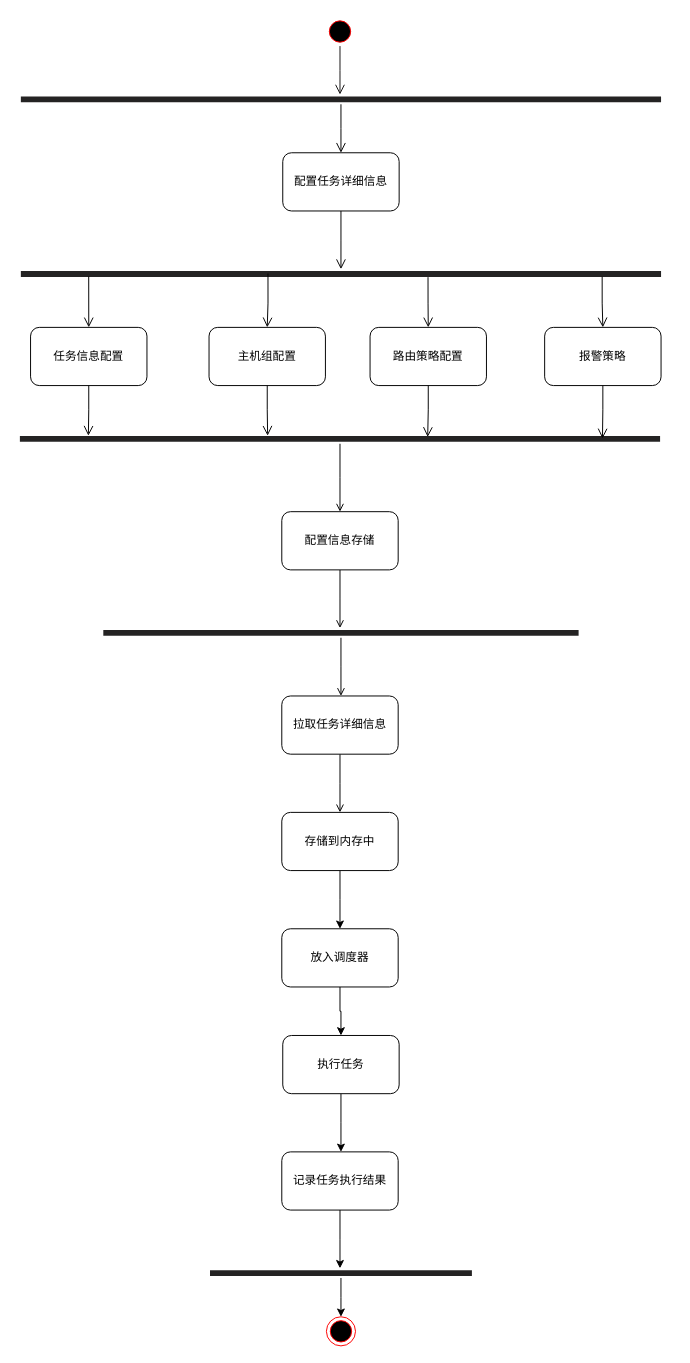
Before: 任务管理模块活动图.drawio in tianshengdiwangK/common, a draw.io diagram. Source tidied: cells renumbered, new cells numbered last; positions are measured from the earlier drawing's top-left corner, leaving out a move shared by most shapes. Both pictures are drawn from the tidied source at 97%, with x=0, y=0 at pixel (19, 16).
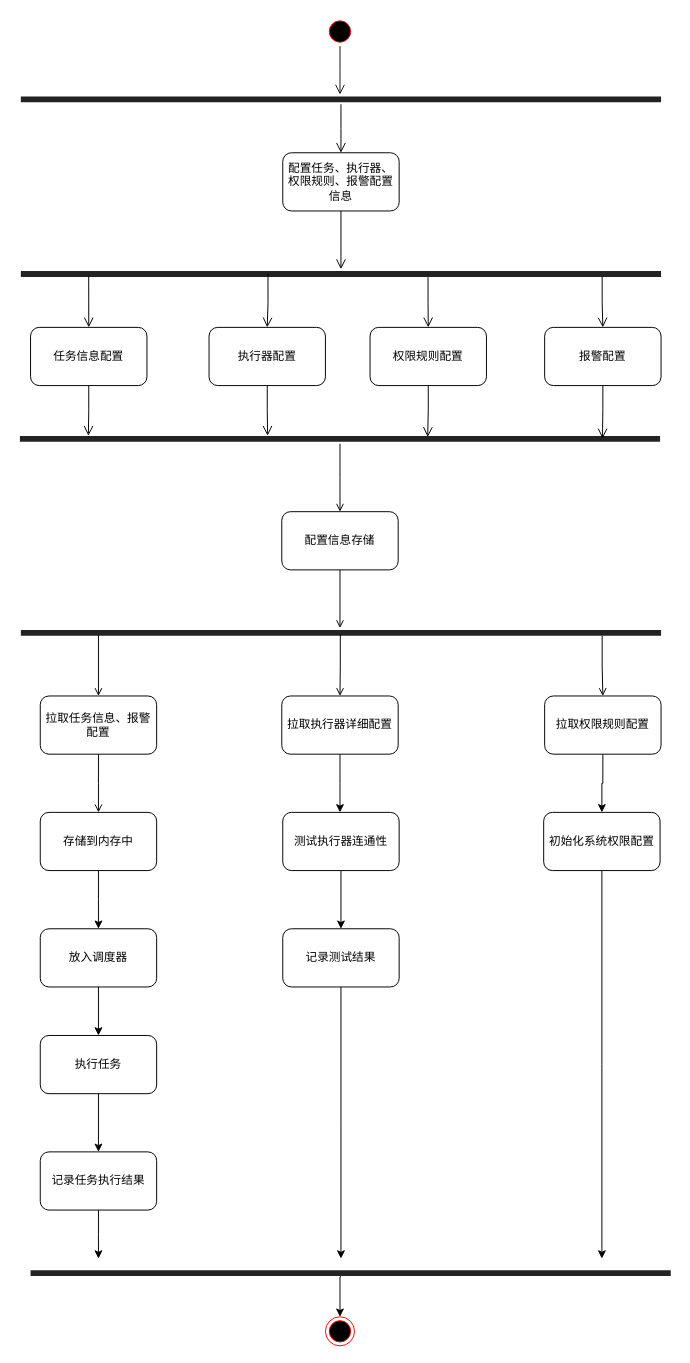
After the change.

Commit message:
更新任务管理模块活动图.drawio

Change to the diagram source:
```diff
@@
-    <mxCell id="6" value="配置任务详细信息" style="rounded=1;whiteSpace=wrap;html=1;" parent="1" vertex="1">
+    <mxCell id="6" value="配置任务、执行器、权限规则、报警配置信息" style="rounded=1;whiteSpace=wrap;html=1;" parent="1" vertex="1">
       <mxGeometry x="271" y="140" width="120" height="60" as="geometry" />
     </mxCell>
@@
-    <mxCell id="11" value="主机组配置" style="rounded=1;whiteSpace=wrap;html=1;" parent="1" vertex="1">
+    <mxCell id="11" value="执行器配置" style="rounded=1;whiteSpace=wrap;html=1;" parent="1" vertex="1">
       <mxGeometry x="195" y="320" width="120" height="60" as="geometry" />
     </mxCell>
@@
-    <mxCell id="13" value="路由策略配置" style="rounded=1;whiteSpace=wrap;html=1;" parent="1" vertex="1">
+    <mxCell id="13" value="权限规则配置" style="rounded=1;whiteSpace=wrap;html=1;" parent="1" vertex="1">
       <mxGeometry x="361" y="320" width="120" height="60" as="geometry" />
     </mxCell>
@@
-    <mxCell id="15" value="报警策略" style="rounded=1;whiteSpace=wrap;html=1;" parent="1" vertex="1">
+    <mxCell id="15" value="报警配置" style="rounded=1;whiteSpace=wrap;html=1;" parent="1" vertex="1">
       <mxGeometry x="541" y="320" width="120" height="60" as="geometry" />
     </mxCell>
@@
-    <mxCell id="25" style="edgeStyle=orthogonalEdgeStyle;rounded=0;jettySize=auto;html=1;endArrow=open;endFill=0;" parent="1" edge="1" source="26">
+    <mxCell id="25" style="edgeStyle=orthogonalEdgeStyle;rounded=0;jettySize=auto;html=1;endArrow=open;endFill=0;entryX=0.5;entryY=0;entryDx=0;entryDy=0;exitX=0.119;exitY=0.718;exitDx=0;exitDy=0;exitPerimeter=0;" parent="1" edge="1" source="26" target="28">
       <mxGeometry relative="1" as="geometry">
-        <mxPoint x="331" y="700" as="targetPoint" />
+        <Array as="points">
+          <mxPoint x="81" y="637" />
+        </Array>
       </mxGeometry>
     </mxCell>
     <mxCell id="26" style="shape=line;html=1;strokeWidth=6;strokeColor=#242323;" parent="1" vertex="1">
-      <mxGeometry x="86" y="630" width="490" height="10" as="geometry" />
+      <mxGeometry x="1" y="630" width="660" height="10" as="geometry" />
     </mxCell>
     <mxCell id="27" style="edgeStyle=orthogonalEdgeStyle;rounded=0;jettySize=auto;html=1;endArrow=open;endFill=0;" parent="1" edge="1" source="28">
       <mxGeometry relative="1" as="geometry">
-        <mxPoint x="330" y="820" as="targetPoint" />
+        <mxPoint x="81" y="820" as="targetPoint" />
       </mxGeometry>
     </mxCell>
-    <mxCell id="28" value="拉取任务详细信息" style="rounded=1;whiteSpace=wrap;html=1;" parent="1" vertex="1">
-      <mxGeometry x="270" y="700" width="120" height="60" as="geometry" />
+    <mxCell id="28" value="拉取任务信息、报警配置" style="rounded=1;whiteSpace=wrap;html=1;" parent="1" vertex="1">
+      <mxGeometry x="21" y="700" width="120" height="60" as="geometry" />
     </mxCell>
     <mxCell id="29" style="edgeStyle=orthogonalEdgeStyle;rounded=0;jettySize=auto;html=1;" parent="1" edge="1" source="30">
       <mxGeometry relative="1" as="geometry">
-        <mxPoint x="330" y="940" as="targetPoint" />
+        <mxPoint x="81" y="940" as="targetPoint" />
       </mxGeometry>
     </mxCell>
     <mxCell id="30" value="存储到内存中" style="rounded=1;whiteSpace=wrap;html=1;" parent="1" vertex="1">
-      <mxGeometry x="270" y="820" width="120" height="60" as="geometry" />
+      <mxGeometry x="21" y="820" width="120" height="60" as="geometry" />
     </mxCell>
-    <mxCell id="31" style="edgeStyle=orthogonalEdgeStyle;rounded=0;jettySize=auto;html=1;entryX=0.5;entryY=0;entryDx=0;entryDy=0;" parent="1" edge="1" source="32" target="34">
+    <mxCell id="31" style="edgeStyle=orthogonalEdgeStyle;rounded=0;jettySize=auto;html=1;exitX=0.5;exitY=1;exitDx=0;exitDy=0;entryX=0.5;entryY=0;entryDx=0;entryDy=0;" parent="1" edge="1" source="32" target="34">
       <mxGeometry relative="1" as="geometry" />
     </mxCell>
     <mxCell id="32" value="放入调度器" style="rounded=1;whiteSpace=wrap;html=1;" parent="1" vertex="1">
-      <mxGeometry x="270" y="940" width="120" height="60" as="geometry" />
+      <mxGeometry x="21" y="940" width="120" height="60" as="geometry" />
     </mxCell>
-    <mxCell id="33" style="edgeStyle=orthogonalEdgeStyle;rounded=0;jettySize=auto;html=1;" parent="1" edge="1" source="34">
-      <mxGeometry relative="1" as="geometry">
-        <mxPoint x="331" y="1170" as="targetPoint" />
-      </mxGeometry>
-    </mxCell>
+    <mxCell id="40" style="edgeStyle=orthogonalEdgeStyle;rounded=0;jettySize=auto;html=1;entryX=0.5;entryY=0;entryDx=0;entryDy=0;" parent="1" edge="1" source="34" target="36">
+      <mxGeometry relative="1" as="geometry" />
+    </mxCell>
     <mxCell id="34" value="执行任务" style="rounded=1;whiteSpace=wrap;html=1;" parent="1" vertex="1">
-      <mxGeometry x="271" y="1050" width="120" height="60" as="geometry" />
+      <mxGeometry x="21" y="1050" width="120" height="60" as="geometry" />
     </mxCell>
-    <mxCell id="35" style="edgeStyle=orthogonalEdgeStyle;rounded=0;jettySize=auto;html=1;" parent="1" edge="1" source="36">
-      <mxGeometry relative="1" as="geometry">
-        <mxPoint x="330" y="1290" as="targetPoint" />
-      </mxGeometry>
-    </mxCell>
+    <mxCell id="41" style="edgeStyle=orthogonalEdgeStyle;rounded=0;jettySize=auto;html=1;" parent="1" edge="1" source="36">
+      <mxGeometry relative="1" as="geometry">
+        <mxPoint x="81" y="1280" as="targetPoint" />
+      </mxGeometry>
+    </mxCell>
     <mxCell id="36" value="记录任务执行结果" style="rounded=1;whiteSpace=wrap;html=1;" parent="1" vertex="1">
-      <mxGeometry x="270" y="1170" width="120" height="60" as="geometry" />
+      <mxGeometry x="21" y="1170" width="120" height="60" as="geometry" />
     </mxCell>
-    <mxCell id="37" style="edgeStyle=orthogonalEdgeStyle;rounded=0;jettySize=auto;html=1;" parent="1" edge="1" source="38">
-      <mxGeometry relative="1" as="geometry">
-        <mxPoint x="331" y="1340" as="targetPoint" />
-      </mxGeometry>
-    </mxCell>
-    <mxCell id="38" style="shape=line;html=1;strokeWidth=6;strokeColor=#242323;" parent="1" vertex="1">
-      <mxGeometry x="196" y="1290" width="270" height="10" as="geometry" />
-    </mxCell>
     <mxCell id="39" style="ellipse;html=1;shape=endState;fillColor=#000000;strokeColor=#ff0000;" parent="1" vertex="1">
-      <mxGeometry x="316" y="1340" width="30" height="30" as="geometry" />
+      <mxGeometry x="315" y="1340" width="30" height="30" as="geometry" />
     </mxCell>
+    <mxCell id="42" style="edgeStyle=orthogonalEdgeStyle;rounded=0;jettySize=auto;html=1;exitX=0.499;exitY=0.627;exitDx=0;exitDy=0;endArrow=open;endFill=0;exitPerimeter=0;entryX=0.5;entryY=0;entryDx=0;entryDy=0;" parent="1" edge="1" source="26" target="44">
+      <mxGeometry relative="1" as="geometry" />
+    </mxCell>
+    <mxCell id="43" style="edgeStyle=orthogonalEdgeStyle;rounded=0;jettySize=auto;html=1;" parent="1" edge="1" source="44">
+      <mxGeometry relative="1" as="geometry">
+        <mxPoint x="330" y="820" as="targetPoint" />
+      </mxGeometry>
+    </mxCell>
+    <mxCell id="44" value="拉取执行器详细配置" style="rounded=1;whiteSpace=wrap;html=1;" parent="1" vertex="1">
+      <mxGeometry x="270" y="700" width="120" height="60" as="geometry" />
+    </mxCell>
+    <mxCell id="45" style="edgeStyle=orthogonalEdgeStyle;rounded=0;jettySize=auto;html=1;entryX=0.5;entryY=0;entryDx=0;entryDy=0;" parent="1" edge="1" source="46" target="53">
+      <mxGeometry relative="1" as="geometry" />
+    </mxCell>
+    <mxCell id="46" value="拉取权限规则配置" style="rounded=1;whiteSpace=wrap;html=1;" parent="1" vertex="1">
+      <mxGeometry x="541" y="700" width="120" height="60" as="geometry" />
+    </mxCell>
+    <mxCell id="47" style="edgeStyle=orthogonalEdgeStyle;rounded=0;jettySize=auto;html=1;exitX=0.908;exitY=0.814;exitDx=0;exitDy=0;endArrow=open;endFill=0;exitPerimeter=0;" parent="1" edge="1" source="26" target="46">
+      <mxGeometry relative="1" as="geometry" />
+    </mxCell>
+    <mxCell id="48" style="edgeStyle=orthogonalEdgeStyle;rounded=0;jettySize=auto;html=1;entryX=0.5;entryY=0;entryDx=0;entryDy=0;" parent="1" edge="1" source="49" target="51">
+      <mxGeometry relative="1" as="geometry" />
+    </mxCell>
+    <mxCell id="49" value="测试执行器连通性" style="rounded=1;whiteSpace=wrap;html=1;" parent="1" vertex="1">
+      <mxGeometry x="271" y="820" width="120" height="60" as="geometry" />
+    </mxCell>
+    <mxCell id="50" style="edgeStyle=orthogonalEdgeStyle;rounded=0;jettySize=auto;html=1;" parent="1" edge="1" source="51">
+      <mxGeometry relative="1" as="geometry">
+        <mxPoint x="331" y="1280" as="targetPoint" />
+      </mxGeometry>
+    </mxCell>
+    <mxCell id="51" value="记录测试结果" style="rounded=1;whiteSpace=wrap;html=1;" parent="1" vertex="1">
+      <mxGeometry x="271" y="940" width="120" height="60" as="geometry" />
+    </mxCell>
+    <mxCell id="52" style="edgeStyle=orthogonalEdgeStyle;rounded=0;jettySize=auto;html=1;" parent="1" edge="1" source="53">
+      <mxGeometry relative="1" as="geometry">
+        <mxPoint x="600" y="1280" as="targetPoint" />
+      </mxGeometry>
+    </mxCell>
+    <mxCell id="53" value="初始化系统权限配置" style="rounded=1;whiteSpace=wrap;html=1;" parent="1" vertex="1">
+      <mxGeometry x="540" y="820" width="120" height="60" as="geometry" />
+    </mxCell>
+    <mxCell id="54" style="edgeStyle=orthogonalEdgeStyle;rounded=0;jettySize=auto;html=1;exitX=0.485;exitY=0.878;exitDx=0;exitDy=0;exitPerimeter=0;" parent="1" edge="1" source="55" target="39">
+      <mxGeometry relative="1" as="geometry">
+        <Array as="points">
+          <mxPoint x="330" y="1299" />
+        </Array>
+      </mxGeometry>
+    </mxCell>
+    <mxCell id="55" style="shape=line;html=1;strokeWidth=6;strokeColor=#242323;" parent="1" vertex="1">
+      <mxGeometry x="11" y="1290" width="660" height="10" as="geometry" />
+    </mxCell>
```
